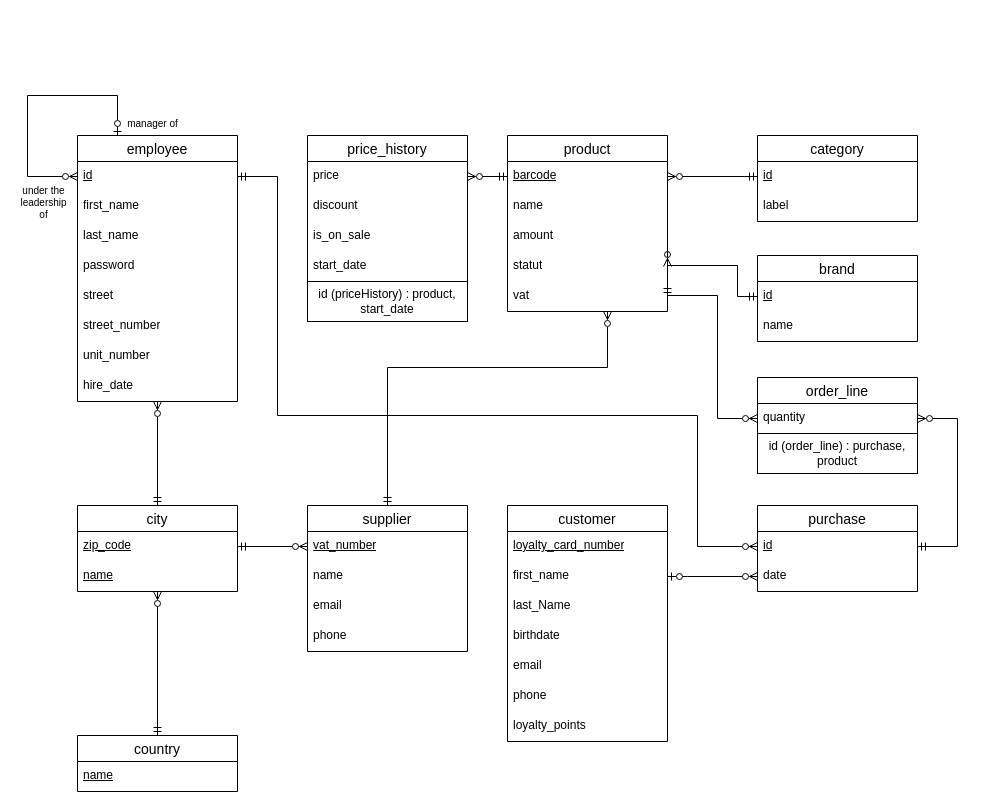
The draw.io diagram docs/DB/DB.drawio in maxoux53/petit-bazar, before the edit. Source tidied: cells renumbered, new cells numbered last; positions are measured from the earlier drawing's top-left corner, leaving out a move shared by most shapes. Both pictures are drawn from the tidied source at 100%, with x=0, y=0 at pixel (17, 95).
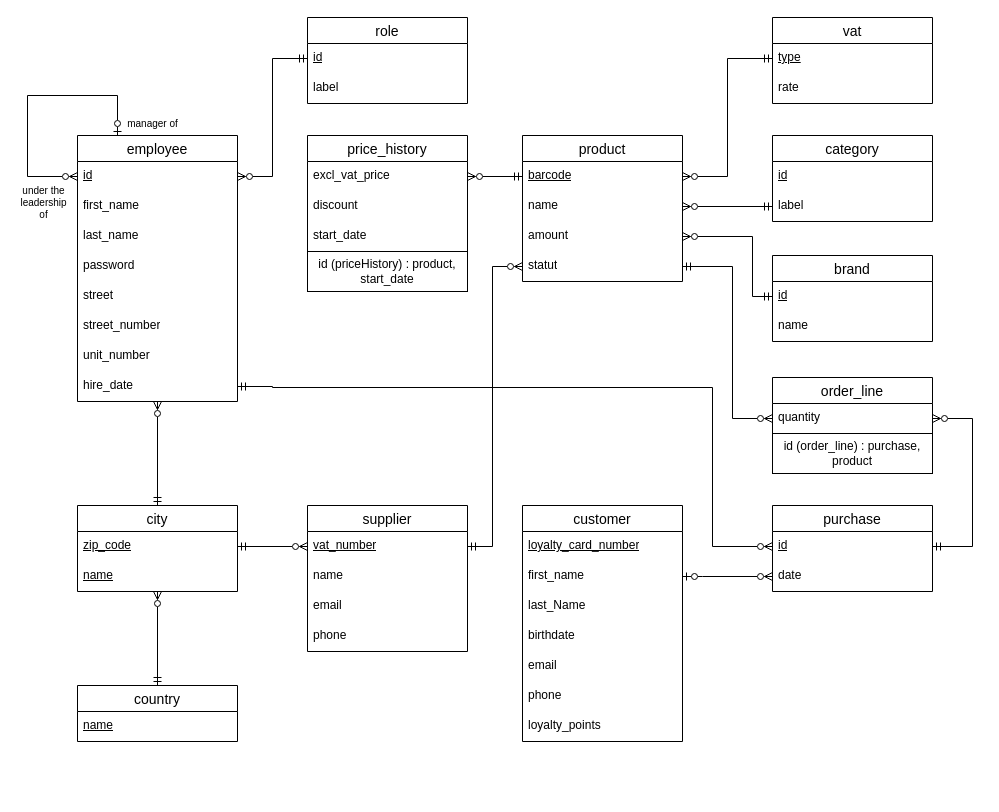
After the change.

Commit message:
refining db diagram

The change refers to these unchanged cells:
```xml
<mxCell id="5" value="&lt;u&gt;id&lt;/u&gt;" style="text;strokeColor=none;fillColor=none;spacingLeft=4;spacingRight=4;overflow=hidden;points=[[0,0.5],[1,0.5]];portConstraint=eastwest;fontSize=12;whiteSpace=wrap;html=1;" parent="3" vertex="1">
  <mxGeometry y="26" width="160" height="30" as="geometry" />
</mxCell>
<mxCell id="12" value="hire_date" style="text;strokeColor=none;fillColor=none;spacingLeft=4;spacingRight=4;overflow=hidden;points=[[0,0.5],[1,0.5]];portConstraint=eastwest;fontSize=12;whiteSpace=wrap;html=1;" parent="3" vertex="1">
  <mxGeometry y="236" width="160" height="30" as="geometry" />
</mxCell>
<mxCell id="14" value="&lt;u&gt;barcode&lt;/u&gt;" style="text;strokeColor=none;fillColor=none;spacingLeft=4;spacingRight=4;overflow=hidden;points=[[0,0.5],[1,0.5]];portConstraint=eastwest;fontSize=12;whiteSpace=wrap;html=1;" parent="13" vertex="1">
  <mxGeometry y="26" width="160" height="30" as="geometry" />
</mxCell>
<mxCell id="15" value="name" style="text;strokeColor=none;fillColor=none;spacingLeft=4;spacingRight=4;overflow=hidden;points=[[0,0.5],[1,0.5]];portConstraint=eastwest;fontSize=12;whiteSpace=wrap;html=1;" parent="13" vertex="1">
  <mxGeometry y="56" width="160" height="30" as="geometry" />
</mxCell>
<mxCell id="16" value="amount" style="text;strokeColor=none;fillColor=none;spacingLeft=4;spacingRight=4;overflow=hidden;points=[[0,0.5],[1,0.5]];portConstraint=eastwest;fontSize=12;whiteSpace=wrap;html=1;" parent="13" vertex="1">
  <mxGeometry y="86" width="160" height="30" as="geometry" />
</mxCell>
<mxCell id="17" value="statut" style="text;strokeColor=none;fillColor=none;spacingLeft=4;spacingRight=4;overflow=hidden;points=[[0,0.5],[1,0.5]];portConstraint=eastwest;fontSize=12;whiteSpace=wrap;html=1;" parent="13" vertex="1">
  <mxGeometry y="116" width="160" height="30" as="geometry" />
</mxCell>
<mxCell id="20" value="&lt;u&gt;id&lt;/u&gt;" style="text;strokeColor=none;fillColor=none;spacingLeft=4;spacingRight=4;overflow=hidden;points=[[0,0.5],[1,0.5]];portConstraint=eastwest;fontSize=12;whiteSpace=wrap;html=1;" parent="19" vertex="1">
  <mxGeometry y="26" width="160" height="30" as="geometry" />
</mxCell>
<mxCell id="22" value="supplier" style="swimlane;fontStyle=0;horizontal=1;startSize=26;align=center;fontSize=14;" parent="1" vertex="1">
  <mxGeometry x="290" y="410" width="160" height="146" as="geometry" />
</mxCell>
<mxCell id="23" value="&lt;u&gt;vat_number&lt;/u&gt;" style="text;strokeColor=none;fillColor=none;spacingLeft=4;spacingRight=4;overflow=hidden;points=[[0,0.5],[1,0.5]];portConstraint=eastwest;fontSize=12;whiteSpace=wrap;html=1;" parent="22" vertex="1">
  <mxGeometry y="26" width="160" height="30" as="geometry" />
</mxCell>
<mxCell id="49" value="&lt;u&gt;id&lt;/u&gt;" style="text;strokeColor=none;fillColor=none;spacingLeft=4;spacingRight=4;overflow=hidden;points=[[0,0.5],[1,0.5]];portConstraint=eastwest;fontSize=12;whiteSpace=wrap;html=1;" parent="48" vertex="1">
  <mxGeometry y="26" width="160" height="30" as="geometry" />
</mxCell>
<mxCell id="50" value="date" style="text;strokeColor=none;fillColor=none;spacingLeft=4;spacingRight=4;overflow=hidden;points=[[0,0.5],[1,0.5]];portConstraint=eastwest;fontSize=12;whiteSpace=wrap;html=1;" parent="48" vertex="1">
  <mxGeometry y="56" width="160" height="30" as="geometry" />
</mxCell>
<mxCell id="52" value="quantity" style="text;strokeColor=none;fillColor=none;spacingLeft=4;spacingRight=4;overflow=hidden;points=[[0,0.5],[1,0.5]];portConstraint=eastwest;fontSize=12;whiteSpace=wrap;html=1;" parent="51" vertex="1">
  <mxGeometry y="26" width="160" height="30" as="geometry" />
</mxCell>
<mxCell id="64" value="&lt;u&gt;id&lt;/u&gt;" style="text;strokeColor=none;fillColor=none;spacingLeft=4;spacingRight=4;overflow=hidden;points=[[0,0.5],[1,0.5]];portConstraint=eastwest;fontSize=12;whiteSpace=wrap;html=1;" parent="63" vertex="1">
  <mxGeometry y="26" width="160" height="30" as="geometry" />
</mxCell>
<mxCell id="65" value="label" style="text;strokeColor=none;fillColor=none;spacingLeft=4;spacingRight=4;overflow=hidden;points=[[0,0.5],[1,0.5]];portConstraint=eastwest;fontSize=12;whiteSpace=wrap;html=1;" parent="63" vertex="1">
  <mxGeometry y="56" width="160" height="30" as="geometry" />
</mxCell>
```

Diff of the diagram source:
```diff
@@
-    <mxCell id="2" style="edgeStyle=orthogonalEdgeStyle;rounded=0;jettySize=auto;html=1;exitX=1;exitY=0.5;exitDx=0;exitDy=0;entryX=0;entryY=0.5;entryDx=0;entryDy=0;startArrow=ERmandOne;startFill=0;endArrow=ERzeroToMany;endFill=0;" parent="1" edge="1" source="5" target="49">
+    <mxCell id="2" style="edgeStyle=orthogonalEdgeStyle;rounded=0;jettySize=auto;html=1;exitX=1;exitY=0.5;exitDx=0;exitDy=0;entryX=0;entryY=0.5;entryDx=0;entryDy=0;startArrow=ERmandOne;startFill=0;endArrow=ERzeroToMany;endFill=0;" parent="1" edge="1" source="12" target="49">
       <mxGeometry relative="1" as="geometry">
         <Array as="points">
-          <mxPoint x="260" y="81" />
-          <mxPoint x="260" y="320" />
-          <mxPoint x="680" y="320" />
-          <mxPoint x="680" y="451" />
+          <mxPoint x="255" y="291" />
+          <mxPoint x="695" y="292" />
+          <mxPoint x="695" y="451" />
         </Array>
       </mxGeometry>
     </mxCell>
@@
     <mxCell id="13" value="product" style="swimlane;fontStyle=0;horizontal=1;startSize=26;align=center;fontSize=14;" parent="1" vertex="1">
-      <mxGeometry x="490" y="40" width="160" height="176" as="geometry" />
+      <mxGeometry x="505" y="40" width="160" height="146" as="geometry" />
     </mxCell>
@@
-    <mxCell id="18" value="vat" style="text;strokeColor=none;fillColor=none;spacingLeft=4;spacingRight=4;overflow=hidden;points=[[0,0.5],[1,0.5]];portConstraint=eastwest;fontSize=12;whiteSpace=wrap;html=1;" parent="13" vertex="1">
-      <mxGeometry y="146" width="160" height="30" as="geometry" />
-    </mxCell>
     <mxCell id="19" value="brand" style="swimlane;fontStyle=0;horizontal=1;startSize=26;align=center;fontSize=14;" parent="1" vertex="1">
-      <mxGeometry x="740" y="160" width="160" height="86" as="geometry" />
+      <mxGeometry x="755" y="160" width="160" height="86" as="geometry" />
     </mxCell>
@@
     <mxCell id="32" value="country" style="swimlane;fontStyle=0;horizontal=1;startSize=26;align=center;fontSize=14;" parent="1" vertex="1">
-      <mxGeometry x="60" y="640" width="160" height="56" as="geometry" />
+      <mxGeometry x="60" y="590" width="160" height="56" as="geometry" />
     </mxCell>
@@
     <mxCell id="34" value="price_history" style="swimlane;fontStyle=0;horizontal=1;startSize=26;align=center;fontSize=14;" parent="1" vertex="1">
-      <mxGeometry x="290" y="40" width="160" height="186" as="geometry" />
+      <mxGeometry x="290" y="40" width="160" height="156" as="geometry" />
     </mxCell>
-    <mxCell id="35" value="price" style="text;strokeColor=none;fillColor=none;spacingLeft=4;spacingRight=4;overflow=hidden;points=[[0,0.5],[1,0.5]];portConstraint=eastwest;fontSize=12;whiteSpace=wrap;html=1;" parent="34" vertex="1">
+    <mxCell id="35" value="excl_vat_price" style="text;strokeColor=none;fillColor=none;spacingLeft=4;spacingRight=4;overflow=hidden;points=[[0,0.5],[1,0.5]];portConstraint=eastwest;fontSize=12;whiteSpace=wrap;html=1;" parent="34" vertex="1">
       <mxGeometry y="26" width="160" height="30" as="geometry" />
     </mxCell>
@@
-    <mxCell id="37" value="is_on_sale" style="text;strokeColor=none;fillColor=none;spacingLeft=4;spacingRight=4;overflow=hidden;fontSize=12;whiteSpace=wrap;html=1;" parent="34" vertex="1">
-      <mxGeometry y="86" width="160" height="30" as="geometry" />
-    </mxCell>
     <mxCell id="38" value="start_date" style="text;strokeColor=none;fillColor=none;spacingLeft=4;spacingRight=4;overflow=hidden;fontSize=12;whiteSpace=wrap;html=1;" parent="34" vertex="1">
-      <mxGeometry y="116" width="160" height="30" as="geometry" />
+      <mxGeometry y="86" width="160" height="30" as="geometry" />
     </mxCell>
     <mxCell id="39" value="id (priceHistory) : product, start_date" style="whiteSpace=wrap;html=1;align=center;" parent="34" vertex="1">
-      <mxGeometry y="146" width="160" height="40" as="geometry" />
+      <mxGeometry y="116" width="160" height="40" as="geometry" />
     </mxCell>
     <mxCell id="40" value="customer" style="swimlane;fontStyle=0;horizontal=1;startSize=26;align=center;fontSize=14;" parent="1" vertex="1">
-      <mxGeometry x="490" y="410" width="160" height="236" as="geometry" />
+      <mxGeometry x="505" y="410" width="160" height="236" as="geometry" />
     </mxCell>
@@
     <mxCell id="48" value="purchase" style="swimlane;fontStyle=0;horizontal=1;startSize=26;align=center;fontSize=14;" parent="1" vertex="1">
-      <mxGeometry x="740" y="410" width="160" height="86" as="geometry" />
+      <mxGeometry x="755" y="410" width="160" height="86" as="geometry" />
     </mxCell>
@@
     <mxCell id="51" value="order_line" style="swimlane;fontStyle=0;horizontal=1;startSize=26;align=center;fontSize=14;" parent="1" vertex="1">
-      <mxGeometry x="740" y="282" width="160" height="96" as="geometry" />
+      <mxGeometry x="755" y="282" width="160" height="96" as="geometry" />
     </mxCell>
@@
-    <mxCell id="55" style="edgeStyle=orthogonalEdgeStyle;rounded=0;jettySize=auto;html=1;exitX=0.5;exitY=0;exitDx=0;exitDy=0;endArrow=ERzeroToMany;endFill=0;startArrow=ERmandOne;startFill=0;" parent="1" edge="1" source="22" target="13">
+    <mxCell id="55" style="edgeStyle=orthogonalEdgeStyle;rounded=0;jettySize=auto;html=1;exitX=1;exitY=0.5;exitDx=0;exitDy=0;endArrow=ERzeroToMany;endFill=0;startArrow=ERmandOne;startFill=0;entryX=0;entryY=0.5;entryDx=0;entryDy=0;" parent="1" edge="1" source="23" target="17">
       <mxGeometry relative="1" as="geometry">
         <Array as="points">
-          <mxPoint x="370" y="272" />
-          <mxPoint x="590" y="272" />
+          <mxPoint x="475" y="451" />
+          <mxPoint x="475" y="171" />
         </Array>
       </mxGeometry>
     </mxCell>
@@
-    <mxCell id="57" style="edgeStyle=orthogonalEdgeStyle;rounded=0;jettySize=auto;html=1;exitX=1;exitY=0.5;exitDx=0;exitDy=0;entryX=0;entryY=0.5;entryDx=0;entryDy=0;endArrow=ERmandOne;endFill=0;startArrow=ERzeroToMany;startFill=0;" parent="1" edge="1" source="17" target="20">
+    <mxCell id="57" style="edgeStyle=orthogonalEdgeStyle;rounded=0;jettySize=auto;html=1;exitX=1;exitY=0.5;exitDx=0;exitDy=0;entryX=0;entryY=0.5;entryDx=0;entryDy=0;endArrow=ERmandOne;endFill=0;startArrow=ERzeroToMany;startFill=0;" parent="1" edge="1" source="16" target="20">
       <mxGeometry relative="1" as="geometry">
         <Array as="points">
-          <mxPoint x="720" y="170" />
-          <mxPoint x="720" y="201" />
+          <mxPoint x="735" y="141" />
+          <mxPoint x="735" y="201" />
         </Array>
       </mxGeometry>
     </mxCell>
-    <mxCell id="58" style="edgeStyle=orthogonalEdgeStyle;rounded=0;jettySize=auto;html=1;exitX=1;exitY=0.5;exitDx=0;exitDy=0;entryX=0;entryY=0.5;entryDx=0;entryDy=0;endArrow=ERzeroToMany;endFill=0;startArrow=ERmandOne;startFill=0;" parent="1" edge="1" source="18" target="52">
+    <mxCell id="58" style="edgeStyle=orthogonalEdgeStyle;rounded=0;jettySize=auto;html=1;exitX=1;exitY=0.5;exitDx=0;exitDy=0;entryX=0;entryY=0.5;entryDx=0;entryDy=0;endArrow=ERzeroToMany;endFill=0;startArrow=ERmandOne;startFill=0;" parent="1" edge="1" source="17" target="52">
       <mxGeometry relative="1" as="geometry">
         <Array as="points">
-          <mxPoint x="700" y="200" />
-          <mxPoint x="700" y="323" />
+          <mxPoint x="715" y="171" />
+          <mxPoint x="715" y="323" />
         </Array>
       </mxGeometry>
     </mxCell>
     <mxCell id="59" style="edgeStyle=orthogonalEdgeStyle;rounded=0;jettySize=auto;html=1;exitX=1;exitY=0.5;exitDx=0;exitDy=0;entryX=1;entryY=0.5;entryDx=0;entryDy=0;endArrow=ERmandOne;endFill=0;startArrow=ERzeroToMany;startFill=0;" parent="1" edge="1" source="52" target="49">
       <mxGeometry relative="1" as="geometry">
         <Array as="points">
-          <mxPoint x="940" y="323" />
-          <mxPoint x="940" y="451" />
+          <mxPoint x="955" y="323" />
+          <mxPoint x="955" y="451" />
         </Array>
       </mxGeometry>
     </mxCell>
     <mxCell id="60" style="edgeStyle=orthogonalEdgeStyle;rounded=0;jettySize=auto;html=1;exitX=0;exitY=0.5;exitDx=0;exitDy=0;endArrow=ERzeroToOne;endFill=0;startArrow=ERzeroToMany;startFill=0;" parent="1" edge="1" source="50">
       <mxGeometry relative="1" as="geometry">
-        <mxPoint x="650" y="481" as="targetPoint" />
+        <mxPoint x="665" y="481" as="targetPoint" />
         <Array as="points">
-          <mxPoint x="670" y="481" />
-          <mxPoint x="670" y="481" />
+          <mxPoint x="685" y="481" />
+          <mxPoint x="685" y="481" />
         </Array>
       </mxGeometry>
     </mxCell>
@@
     <mxCell id="63" value="category" style="swimlane;fontStyle=0;horizontal=1;startSize=26;align=center;fontSize=14;" parent="1" vertex="1">
-      <mxGeometry x="740" y="40" width="160" height="86" as="geometry" />
+      <mxGeometry x="755" y="40" width="160" height="86" as="geometry" />
     </mxCell>
@@
-    <mxCell id="66" style="edgeStyle=orthogonalEdgeStyle;rounded=0;jettySize=auto;html=1;exitX=1;exitY=0.5;exitDx=0;exitDy=0;entryX=0;entryY=0.5;entryDx=0;entryDy=0;startArrow=ERzeroToMany;startFill=0;endArrow=ERmandOne;endFill=0;" parent="1" edge="1" source="14" target="64">
+    <mxCell id="66" style="edgeStyle=orthogonalEdgeStyle;rounded=0;jettySize=auto;html=1;exitX=1;exitY=0.5;exitDx=0;exitDy=0;entryX=0;entryY=0.5;entryDx=0;entryDy=0;startArrow=ERzeroToMany;startFill=0;endArrow=ERmandOne;endFill=0;" parent="1" edge="1" source="15" target="65">
       <mxGeometry relative="1" as="geometry" />
     </mxCell>
+    <mxCell id="18" value="vat" style="swimlane;fontStyle=0;horizontal=1;startSize=26;align=center;fontSize=14;" parent="1" vertex="1">
+      <mxGeometry x="755" y="-78" width="160" height="86" as="geometry" />
+    </mxCell>
+    <mxCell id="67" value="&lt;u&gt;type&lt;/u&gt;" style="text;strokeColor=none;fillColor=none;spacingLeft=4;spacingRight=4;overflow=hidden;points=[[0,0.5],[1,0.5]];portConstraint=eastwest;fontSize=12;whiteSpace=wrap;html=1;" parent="18" vertex="1">
+      <mxGeometry y="26" width="160" height="30" as="geometry" />
+    </mxCell>
+    <mxCell id="68" value="rate" style="text;strokeColor=none;fillColor=none;spacingLeft=4;spacingRight=4;overflow=hidden;fontSize=12;whiteSpace=wrap;html=1;" parent="18" vertex="1">
+      <mxGeometry y="56" width="160" height="30" as="geometry" />
+    </mxCell>
+    <mxCell id="69" style="edgeStyle=orthogonalEdgeStyle;rounded=0;jettySize=auto;html=1;exitX=0;exitY=0.5;exitDx=0;exitDy=0;entryX=1;entryY=0.5;entryDx=0;entryDy=0;endArrow=ERzeroToMany;endFill=0;startArrow=ERmandOne;startFill=0;" parent="1" edge="1" source="67" target="14">
+      <mxGeometry relative="1" as="geometry" />
+    </mxCell>
+    <mxCell id="70" value="role" style="swimlane;fontStyle=0;horizontal=1;startSize=26;align=center;fontSize=14;" parent="1" vertex="1">
+      <mxGeometry x="290" y="-78" width="160" height="86" as="geometry" />
+    </mxCell>
+    <mxCell id="71" value="&lt;u&gt;id&lt;/u&gt;" style="text;strokeColor=none;fillColor=none;spacingLeft=4;spacingRight=4;overflow=hidden;points=[[0,0.5],[1,0.5]];portConstraint=eastwest;fontSize=12;whiteSpace=wrap;html=1;" parent="70" vertex="1">
+      <mxGeometry y="26" width="160" height="30" as="geometry" />
+    </mxCell>
+    <mxCell id="72" value="label" style="text;strokeColor=none;fillColor=none;spacingLeft=4;spacingRight=4;overflow=hidden;fontSize=12;whiteSpace=wrap;html=1;" parent="70" vertex="1">
+      <mxGeometry y="56" width="160" height="30" as="geometry" />
+    </mxCell>
+    <mxCell id="73" style="edgeStyle=orthogonalEdgeStyle;rounded=0;jettySize=auto;html=1;exitX=1;exitY=0.5;exitDx=0;exitDy=0;entryX=0;entryY=0.5;entryDx=0;entryDy=0;endArrow=ERmandOne;endFill=0;startArrow=ERzeroToMany;startFill=0;" parent="1" edge="1" source="5" target="71">
+      <mxGeometry relative="1" as="geometry" />
+    </mxCell>
```
